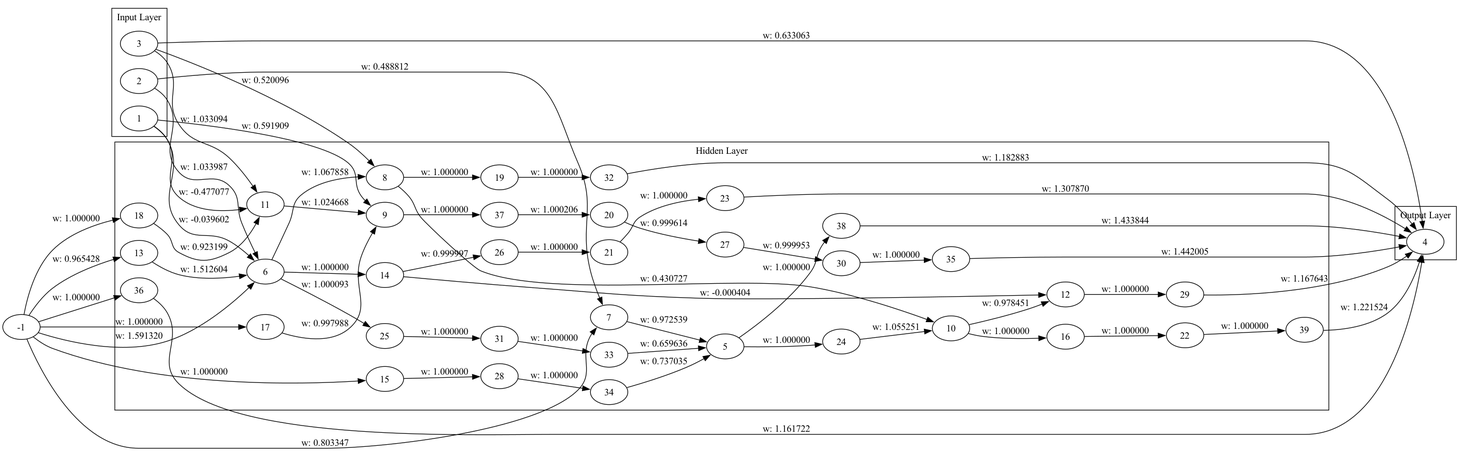
The Graphviz diagram genome_graph.png in malikAkurtz/TradingSystem, before a commit. Its source is kept beside it as genome_graph.dot.
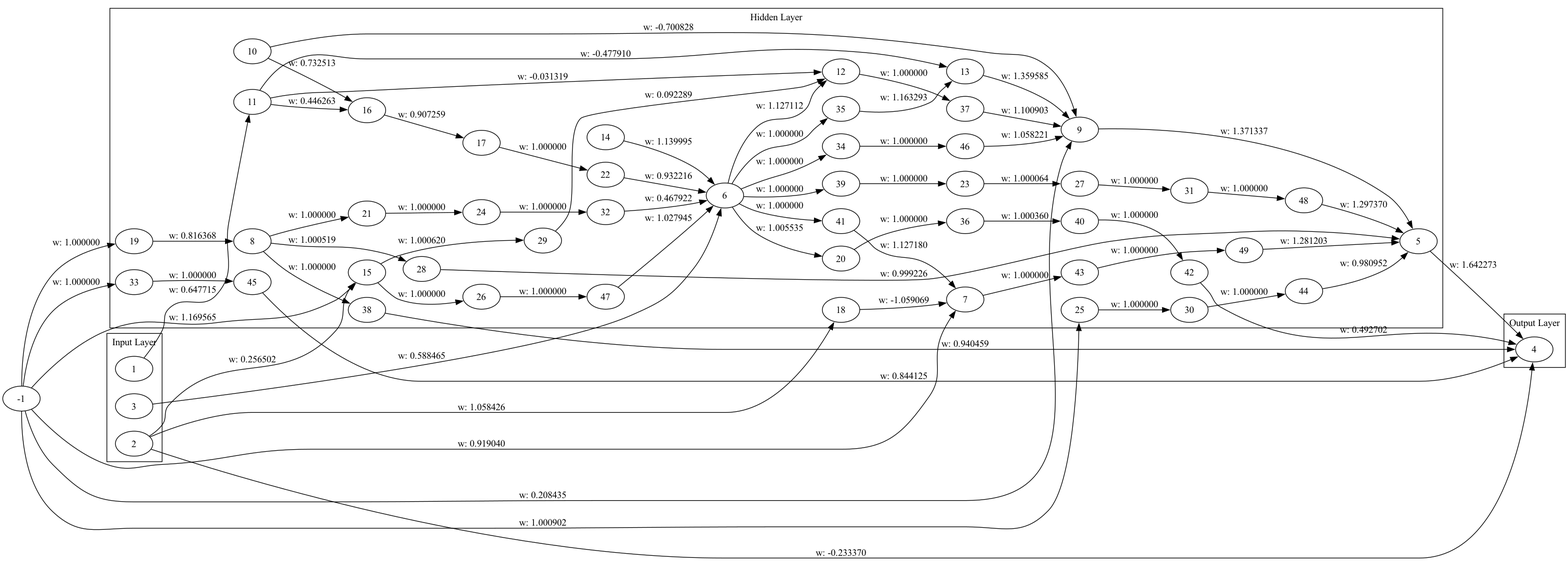
After the change.

Change to the diagram source:
```diff
@@ -43,65 +43,86 @@
     37;
     38;
     39;
+    40;
+    41;
+    42;
+    43;
+    44;
+    45;
+    46;
+    47;
+    48;
+    49;
   }
   subgraph cluster_2 {
     label="Output Layer";
     4;
   }
-  3 -> 4 [label="w: 0.633063"];
-  -1 -> 6 [label="w: 1.591320"];
-  2 -> 6 [label="w: 1.033987"];
-  2 -> 7 [label="w: 0.488812"];
-  7 -> 5 [label="w: 0.972539"];
-  1 -> 6 [label="w: -0.039602"];
-  6 -> 8 [label="w: 1.067858"];
-  1 -> 9 [label="w: 0.591909"];
-  8 -> 10 [label="w: 0.430727"];
-  11 -> 9 [label="w: 1.024668"];
-  3 -> 11 [label="w: 1.033094"];
-  -1 -> 7 [label="w: 0.803347"];
-  10 -> 12 [label="w: 0.978451"];
-  -1 -> 13 [label="w: 0.965428"];
-  13 -> 6 [label="w: 1.512604"];
-  3 -> 8 [label="w: 0.520096"];
-  1 -> 11 [label="w: -0.477077"];
-  6 -> 14 [label="w: 1.000000"];
-  -1 -> 15 [label="w: 1.000000"];
-  10 -> 16 [label="w: 1.000000"];
-  14 -> 12 [label="w: -0.000404"];
-  -1 -> 17 [label="w: 1.000000"];
-  17 -> 9 [label="w: 0.997988"];
-  -1 -> 18 [label="w: 1.000000"];
-  18 -> 11 [label="w: 0.923199"];
-  8 -> 19 [label="w: 1.000000"];
-  16 -> 22 [label="w: 1.000000"];
-  21 -> 23 [label="w: 1.000000"];
-  23 -> 4 [label="w: 1.307870"];
-  5 -> 24 [label="w: 1.000000"];
-  24 -> 10 [label="w: 1.055251"];
-  6 -> 25 [label="w: 1.000093"];
-  14 -> 26 [label="w: 0.999997"];
-  26 -> 21 [label="w: 1.000000"];
-  20 -> 27 [label="w: 0.999614"];
-  15 -> 28 [label="w: 1.000000"];
-  12 -> 29 [label="w: 1.000000"];
-  29 -> 4 [label="w: 1.167643"];
-  27 -> 30 [label="w: 0.999953"];
-  25 -> 31 [label="w: 1.000000"];
-  19 -> 32 [label="w: 1.000000"];
-  32 -> 4 [label="w: 1.182883"];
-  31 -> 33 [label="w: 1.000000"];
-  33 -> 5 [label="w: 0.659636"];
-  28 -> 34 [label="w: 1.000000"];
-  34 -> 5 [label="w: 0.737035"];
-  30 -> 35 [label="w: 1.000000"];
-  35 -> 4 [label="w: 1.442005"];
-  -1 -> 36 [label="w: 1.000000"];
-  36 -> 4 [label="w: 1.161722"];
-  9 -> 37 [label="w: 1.000000"];
-  37 -> 20 [label="w: 1.000206"];
-  5 -> 38 [label="w: 1.000000"];
-  38 -> 4 [label="w: 1.433844"];
-  22 -> 39 [label="w: 1.000000"];
-  39 -> 4 [label="w: 1.221524"];
+  2 -> 4 [label="w: -0.233370"];
+  5 -> 4 [label="w: 1.642273"];
+  3 -> 6 [label="w: 0.588465"];
+  -1 -> 7 [label="w: 0.919040"];
+  9 -> 5 [label="w: 1.371337"];
+  1 -> 11 [label="w: 0.647715"];
+  -1 -> 9 [label="w: 0.208435"];
+  6 -> 12 [label="w: 1.127112"];
+  13 -> 9 [label="w: 1.359585"];
+  10 -> 9 [label="w: -0.700828"];
+  14 -> 6 [label="w: 1.139995"];
+  11 -> 13 [label="w: -0.477910"];
+  -1 -> 15 [label="w: 1.169565"];
+  11 -> 16 [label="w: 0.446263"];
+  2 -> 15 [label="w: 0.256502"];
+  16 -> 17 [label="w: 0.907259"];
+  2 -> 18 [label="w: 1.058426"];
+  18 -> 7 [label="w: -1.059069"];
+  -1 -> 19 [label="w: 1.000000"];
+  19 -> 8 [label="w: 0.816368"];
+  11 -> 12 [label="w: -0.031319"];
+  6 -> 20 [label="w: 1.005535"];
+  8 -> 21 [label="w: 1.000000"];
+  17 -> 22 [label="w: 1.000000"];
+  22 -> 6 [label="w: 0.932216"];
+  21 -> 24 [label="w: 1.000000"];
+  -1 -> 25 [label="w: 1.000902"];
+  15 -> 26 [label="w: 1.000000"];
+  23 -> 27 [label="w: 1.000064"];
+  8 -> 28 [label="w: 1.000519"];
+  28 -> 5 [label="w: 0.999226"];
+  15 -> 29 [label="w: 1.000620"];
+  29 -> 12 [label="w: 0.092289"];
+  25 -> 30 [label="w: 1.000000"];
+  27 -> 31 [label="w: 1.000000"];
+  24 -> 32 [label="w: 1.000000"];
+  32 -> 6 [label="w: 0.467922"];
+  -1 -> 33 [label="w: 1.000000"];
+  6 -> 34 [label="w: 1.000000"];
+  6 -> 35 [label="w: 1.000000"];
+  35 -> 13 [label="w: 1.163293"];
+  20 -> 36 [label="w: 1.000000"];
+  12 -> 37 [label="w: 1.000000"];
+  37 -> 9 [label="w: 1.100903"];
+  8 -> 38 [label="w: 1.000000"];
+  38 -> 4 [label="w: 0.940459"];
+  10 -> 16 [label="w: 0.732513"];
+  6 -> 39 [label="w: 1.000000"];
+  39 -> 23 [label="w: 1.000000"];
+  36 -> 40 [label="w: 1.000360"];
+  6 -> 41 [label="w: 1.000000"];
+  41 -> 7 [label="w: 1.127180"];
+  40 -> 42 [label="w: 1.000000"];
+  42 -> 4 [label="w: 0.492702"];
+  7 -> 43 [label="w: 1.000000"];
+  30 -> 44 [label="w: 1.000000"];
+  44 -> 5 [label="w: 0.980952"];
+  33 -> 45 [label="w: 1.000000"];
+  45 -> 4 [label="w: 0.844125"];
+  34 -> 46 [label="w: 1.000000"];
+  46 -> 9 [label="w: 1.058221"];
+  26 -> 47 [label="w: 1.000000"];
+  47 -> 6 [label="w: 1.027945"];
+  31 -> 48 [label="w: 1.000000"];
+  48 -> 5 [label="w: 1.297370"];
+  43 -> 49 [label="w: 1.000000"];
+  49 -> 5 [label="w: 1.281203"];
 }
```
